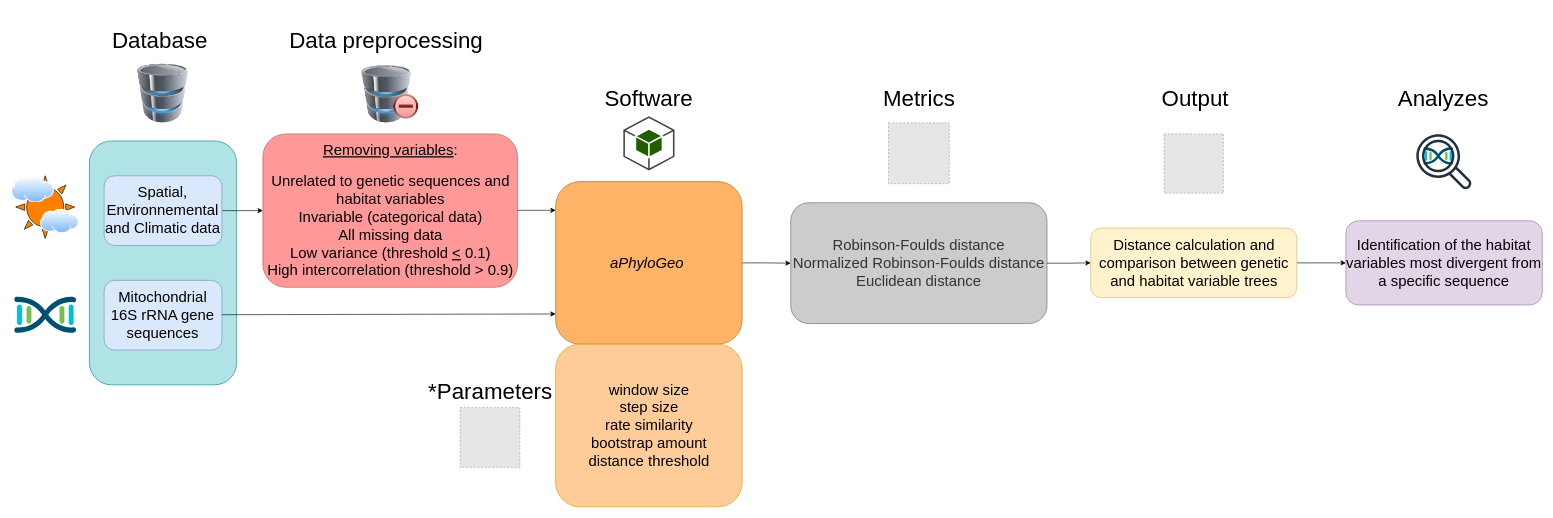
This is papers/Gagnon_Kebe_Tahiri/diagram.drawio from tahiri-lab/scipy_proceedings_2024, a draw.io file, before an edit. Source tidied: cells renumbered, new cells numbered last; positions are measured from the earlier drawing's top-left corner, leaving out a move shared by most shapes. Both pictures are drawn from the tidied source at 62%, with x=0, y=0 at pixel (11, 11). Pictures stored in the file or linked from it are replaced by grey dashed boxes.
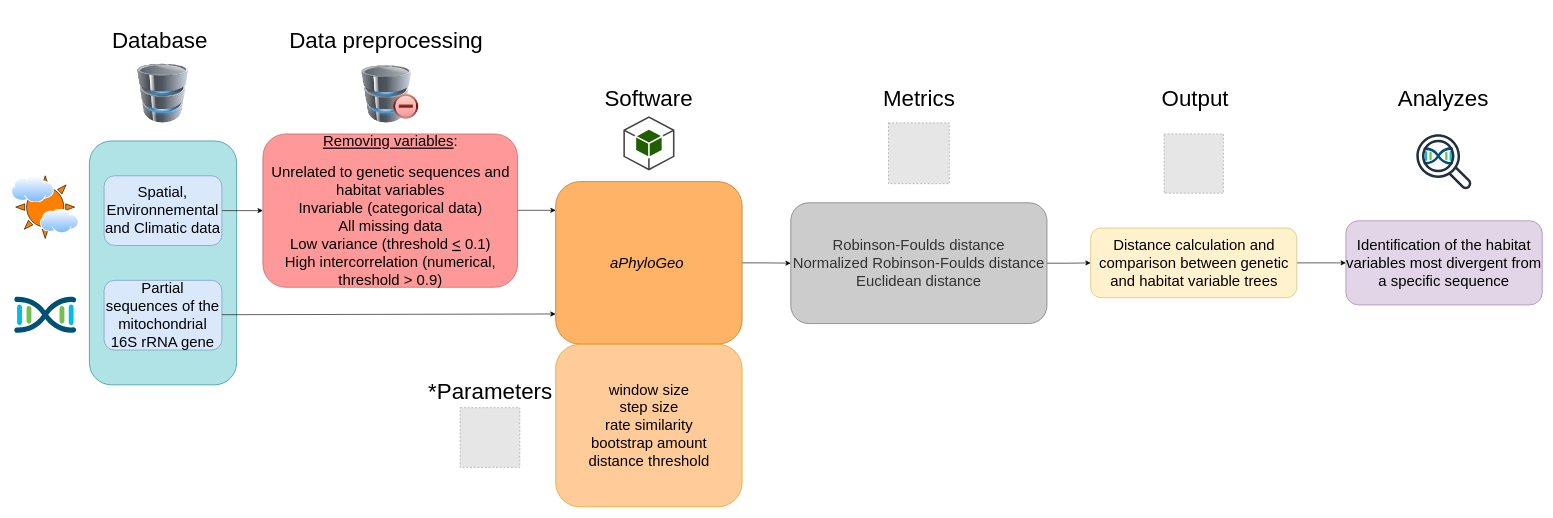
Above is the later version.

Commit message:
Mettre à jour diagram.drawio

Unchanged cells that the change refers to:
```xml
<mxCell id="2" style="group;" parent="1" vertex="1">
  <mxGeometry width="2470" height="800" as="geometry" />
</mxCell>
```

Change to the diagram source:
```diff
@@
-    <mxCell id="6" value="&lt;font style=&quot;font-size: 24px;&quot;&gt;Mitochondrial 16S rRNA gene sequences&lt;/font&gt;" style="rounded=1;whiteSpace=wrap;html=1;fillColor=#dae8fc;strokeColor=#6c8ebf;" parent="2" vertex="1">
+    <mxCell id="6" value="&lt;font style=&quot;font-size: 24px;&quot;&gt;Partial sequences of the mitochondrial 16S rRNA gene&lt;/font&gt;" style="rounded=1;whiteSpace=wrap;html=1;fillColor=#dae8fc;strokeColor=#6c8ebf;" parent="2" vertex="1">
       <mxGeometry x="150.4" y="434.7" width="190" height="112.4" as="geometry" />
     </mxCell>
-    <mxCell id="7" value="&lt;div style=&quot;&quot;&gt;&lt;span style=&quot;background-color: initial;&quot;&gt;&lt;font style=&quot;font-size: 24px;&quot;&gt;&lt;u style=&quot;&quot;&gt;Removing variables&lt;/u&gt;:&lt;/font&gt;&lt;/span&gt;&lt;/div&gt;&lt;div style=&quot;&quot;&gt;&lt;span style=&quot;background-color: initial;&quot;&gt;&lt;font style=&quot;font-size: 18px;&quot;&gt;&lt;br&gt;&lt;/font&gt;&lt;/span&gt;&lt;/div&gt;&lt;div style=&quot;&quot;&gt;&lt;font style=&quot;font-size: 24px;&quot;&gt;&lt;span style=&quot;background-color: initial;&quot;&gt;&lt;font style=&quot;&quot;&gt;Unrelated to genetic sequences and habitat variables&lt;/font&gt;&lt;br&gt;&lt;/span&gt;&lt;/font&gt;&lt;/div&gt;&lt;div style=&quot;&quot;&gt;&lt;font style=&quot;font-size: 24px;&quot;&gt;&lt;font style=&quot;&quot;&gt;&lt;span style=&quot;background-color: initial;&quot;&gt;Invariable (categorical data)&lt;/span&gt;&lt;br&gt;&lt;span style=&quot;background-color: initial;&quot;&gt;All missing data&lt;/span&gt;&lt;br&gt;&lt;span style=&quot;background-color: initial;&quot;&gt;Low variance (threshold&amp;nbsp;&lt;/span&gt;&lt;u style=&quot;background-color: initial;&quot;&gt;&amp;lt;&lt;/u&gt;&lt;span style=&quot;background-color: initial;&quot;&gt; 0.1)&lt;/span&gt;&lt;/font&gt;&lt;br&gt;&lt;/font&gt;&lt;/div&gt;&lt;div style=&quot;&quot;&gt;&lt;span style=&quot;background-color: initial;&quot;&gt;&lt;font style=&quot;font-size: 24px;&quot;&gt;&lt;font style=&quot;&quot;&gt;High intercorrelation (threshold &amp;gt; 0.9&lt;/font&gt;&lt;font style=&quot;&quot;&gt;)&lt;/font&gt;&lt;/font&gt;&lt;/span&gt;&lt;/div&gt;" style="rounded=1;whiteSpace=wrap;html=1;fillColor=#FF9999;strokeColor=#b85450;align=center;" parent="2" vertex="1">
+    <mxCell id="7" value="&lt;div style=&quot;&quot;&gt;&lt;span style=&quot;background-color: initial;&quot;&gt;&lt;font style=&quot;font-size: 24px;&quot;&gt;&lt;u style=&quot;&quot;&gt;Removing variables&lt;/u&gt;:&lt;/font&gt;&lt;/span&gt;&lt;/div&gt;&lt;div style=&quot;&quot;&gt;&lt;span style=&quot;background-color: initial;&quot;&gt;&lt;font style=&quot;font-size: 18px;&quot;&gt;&lt;br&gt;&lt;/font&gt;&lt;/span&gt;&lt;/div&gt;&lt;div style=&quot;&quot;&gt;&lt;font style=&quot;font-size: 24px;&quot;&gt;&lt;span style=&quot;background-color: initial;&quot;&gt;&lt;font style=&quot;&quot;&gt;Unrelated to genetic sequences and habitat variables&lt;/font&gt;&lt;br&gt;&lt;/span&gt;&lt;/font&gt;&lt;/div&gt;&lt;div style=&quot;&quot;&gt;&lt;font style=&quot;font-size: 24px;&quot;&gt;&lt;font style=&quot;&quot;&gt;&lt;span style=&quot;background-color: initial;&quot;&gt;Invariable (categorical data)&lt;/span&gt;&lt;br&gt;&lt;span style=&quot;background-color: initial;&quot;&gt;All missing data&lt;/span&gt;&lt;br&gt;&lt;span style=&quot;background-color: initial;&quot;&gt;Low variance (threshold&amp;nbsp;&lt;/span&gt;&lt;u style=&quot;background-color: initial;&quot;&gt;&amp;lt;&lt;/u&gt;&lt;span style=&quot;background-color: initial;&quot;&gt; 0.1)&lt;/span&gt;&lt;/font&gt;&lt;br&gt;&lt;/font&gt;&lt;/div&gt;&lt;div style=&quot;&quot;&gt;&lt;span style=&quot;background-color: initial;&quot;&gt;&lt;font style=&quot;font-size: 24px;&quot;&gt;&lt;font style=&quot;&quot;&gt;High intercorrelation (numerical, threshold &amp;gt; 0.9&lt;/font&gt;&lt;font style=&quot;&quot;&gt;)&lt;/font&gt;&lt;/font&gt;&lt;/span&gt;&lt;/div&gt;" style="rounded=1;whiteSpace=wrap;html=1;fillColor=#FF9999;strokeColor=#b85450;align=center;" parent="2" vertex="1">
       <mxGeometry x="406.5" y="198.5" width="410.8" height="247.4" as="geometry" />
     </mxCell>
```
